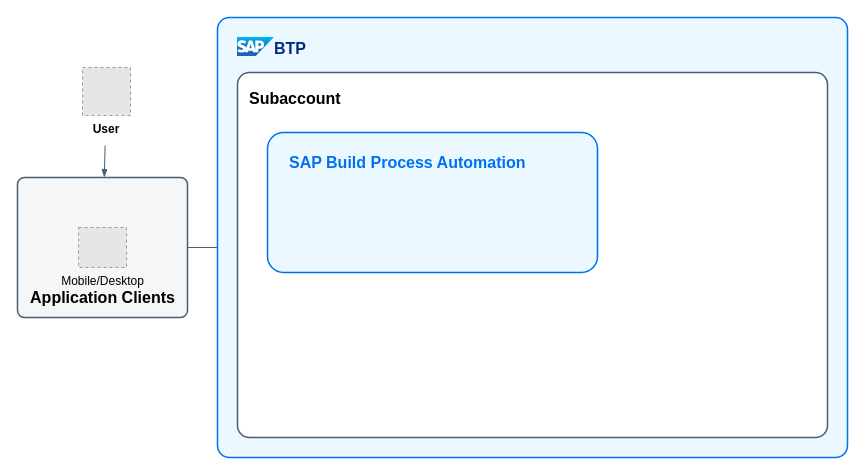
This is img/SAP_Automate.drawio from Danpaul17/SAPICONS, a draw.io file, before an edit. Source tidied: cells renumbered, new cells numbered last; positions are measured from the earlier drawing's top-left corner, leaving out a move shared by most shapes. Both pictures are drawn from the tidied source at 100%, with x=0, y=0 at pixel (17, 17). Pictures stored in the file or linked from it are replaced by grey dashed boxes.
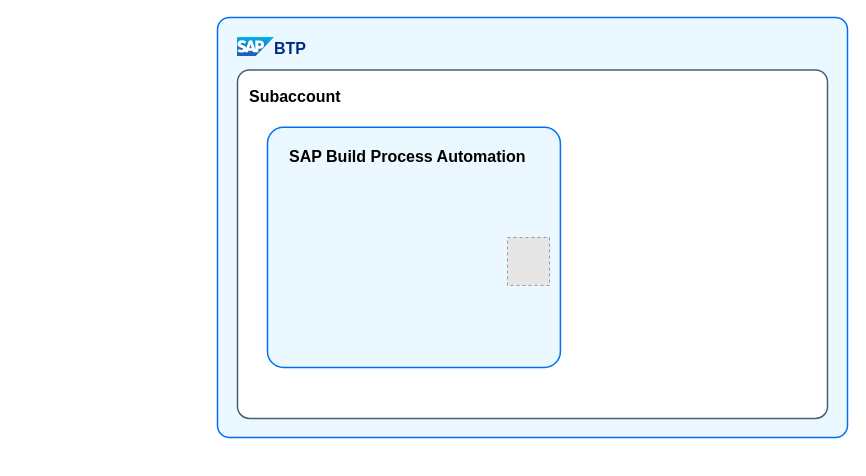
The same diagram, later.

The edit, as a diff of the source:
```diff
@@
 <mxGraphModel>
   <root>
     <mxCell id="0" />
     <mxCell id="1" parent="0" />
-    <mxCell id="2" value="User" style="fillColor=#E6E6E6;strokeColor=#999999;dashed=1;verticalLabelPosition=bottom;labelBackgroundColor=none;verticalAlign=top;fontStyle=1;" parent="1" vertex="1">
-      <mxGeometry x="65" y="50" width="48" height="48" as="geometry" />
-    </mxCell>
-    <mxCell id="3" style="rounded=1;whiteSpace=wrap;html=1;strokeColor=#475E75;strokeWidth=1.5;arcSize=5;fillColor=#F5F6F7;perimeterSpacing=0;" parent="1" vertex="1">
-      <mxGeometry y="160" width="170" height="140" as="geometry" />
-    </mxCell>
-    <mxCell id="4" value="Mobile/Desktop&lt;br&gt;&lt;b&gt;&lt;font style=&quot;font-size: 16px;&quot;&gt;Application Clients&lt;/font&gt;&lt;/b&gt;" style="fillColor=#E6E6E6;strokeColor=#999999;dashed=1;verticalLabelPosition=bottom;labelBackgroundColor=none;verticalAlign=top;html=1;" parent="3" vertex="1">
-      <mxGeometry x="0.5" y="0.5" width="48" height="40" relative="1" as="geometry">
-        <mxPoint x="-24" y="-20" as="offset" />
-      </mxGeometry>
-    </mxCell>
-    <mxCell id="5" style="edgeStyle=none;endArrow=blockThin;verticalAlign=top;labelBackgroundColor=none;endSize=6;html=1;rounded=0;targetPerimeterSpacing=0;sourcePerimeterSpacing=30;endFill=1;strokeColor=#475E75;" parent="1" edge="1" source="2" target="3">
-      <mxGeometry relative="1" as="geometry" />
-    </mxCell>
-    <mxCell id="6" style="edgeStyle=none;endArrow=blockThin;verticalAlign=top;labelBackgroundColor=none;endSize=6;html=1;rounded=0;targetPerimeterSpacing=10;sourcePerimeterSpacing=0;endFill=1;strokeColor=#475E75;" parent="1" edge="1" source="3">
-      <mxGeometry relative="1" as="geometry">
-        <mxPoint x="230" y="230" as="targetPoint" />
-      </mxGeometry>
-    </mxCell>
     <mxCell id="7" style="rounded=1;whiteSpace=wrap;html=1;strokeColor=#0070F2;fillColor=#EBF8FF;arcSize=24;absoluteArcSize=1;imageWidth=64;imageHeight=64;strokeWidth=1.5;" parent="1" vertex="1">
-      <mxGeometry x="200" width="630" height="440" as="geometry" />
+      <mxGeometry x="200" width="630" height="420" as="geometry" />
     </mxCell>
     <mxCell id="8" value="BTP" style="image;image=img/lib/sap/SAP_Logo.svg;editableCssRules=.*;verticalLabelPosition=middle;labelBackgroundColor=none;verticalAlign=middle;imageAspect=0;labelPosition=right;align=left;fontSize=16;fontStyle=1;spacingLeft=0;fontColor=#002A86;spacing=0;" parent="7" vertex="1">
       <mxGeometry width="37" height="19" relative="1" as="geometry">
         <mxPoint x="20" y="20" as="offset" />
       </mxGeometry>
     </mxCell>
     <mxCell id="9" value="Subaccount" style="rounded=1;whiteSpace=wrap;html=1;strokeColor=#475E75;fillColor=#ffffff;arcSize=24;absoluteArcSize=1;imageWidth=64;imageHeight=64;strokeWidth=1.5;verticalAlign=top;align=left;fontSize=16;fontStyle=1;spacingLeft=10;spacingTop=10;" parent="7" vertex="1">
-      <mxGeometry x="20" y="55" width="590" height="365" as="geometry" />
+      <mxGeometry x="20" y="52.5" width="590" height="348.4" as="geometry" />
     </mxCell>
     <mxCell id="10" style="rounded=1;whiteSpace=wrap;html=1;strokeColor=#0070F2;fillColor=#EBF8FF;arcSize=32;absoluteArcSize=1;strokeWidth=1.5;" parent="7" vertex="1">
-      <mxGeometry x="50" y="115" width="330" height="140" as="geometry" />
+      <mxGeometry x="50" y="109.8" width="292.9" height="240.2" as="geometry" />
     </mxCell>
-    <mxCell id="11" value="SAP Build Process Automation" style="text;html=1;align=left;verticalAlign=middle;strokeColor=none;fillColor=none;fontSize=16;fontColor=#0070F2;fontFamily=Helvetica;fontStyle=1;" parent="7" vertex="1">
-      <mxGeometry x="70" y="130" width="240" height="30" as="geometry" />
+    <mxCell id="11" value="SAP Build Process Automation" style="text;html=1;align=left;verticalAlign=middle;strokeColor=none;fillColor=none;fontSize=16;fontColor=#000000;fontFamily=Helvetica;fontStyle=1;labelBorderColor=none;" parent="7" vertex="1">
+      <mxGeometry x="70" y="124.1" width="240" height="30" as="geometry" />
     </mxCell>
+    <mxCell id="12" style="fillColor=#E6E6E6;strokeColor=#999999;dashed=1;verticalLabelPosition=bottom;verticalAlign=top;" parent="1" vertex="1">
+      <mxGeometry x="490" y="220" width="42" height="48" as="geometry" />
+    </mxCell>
   </root>
 </mxGraphModel>
```
